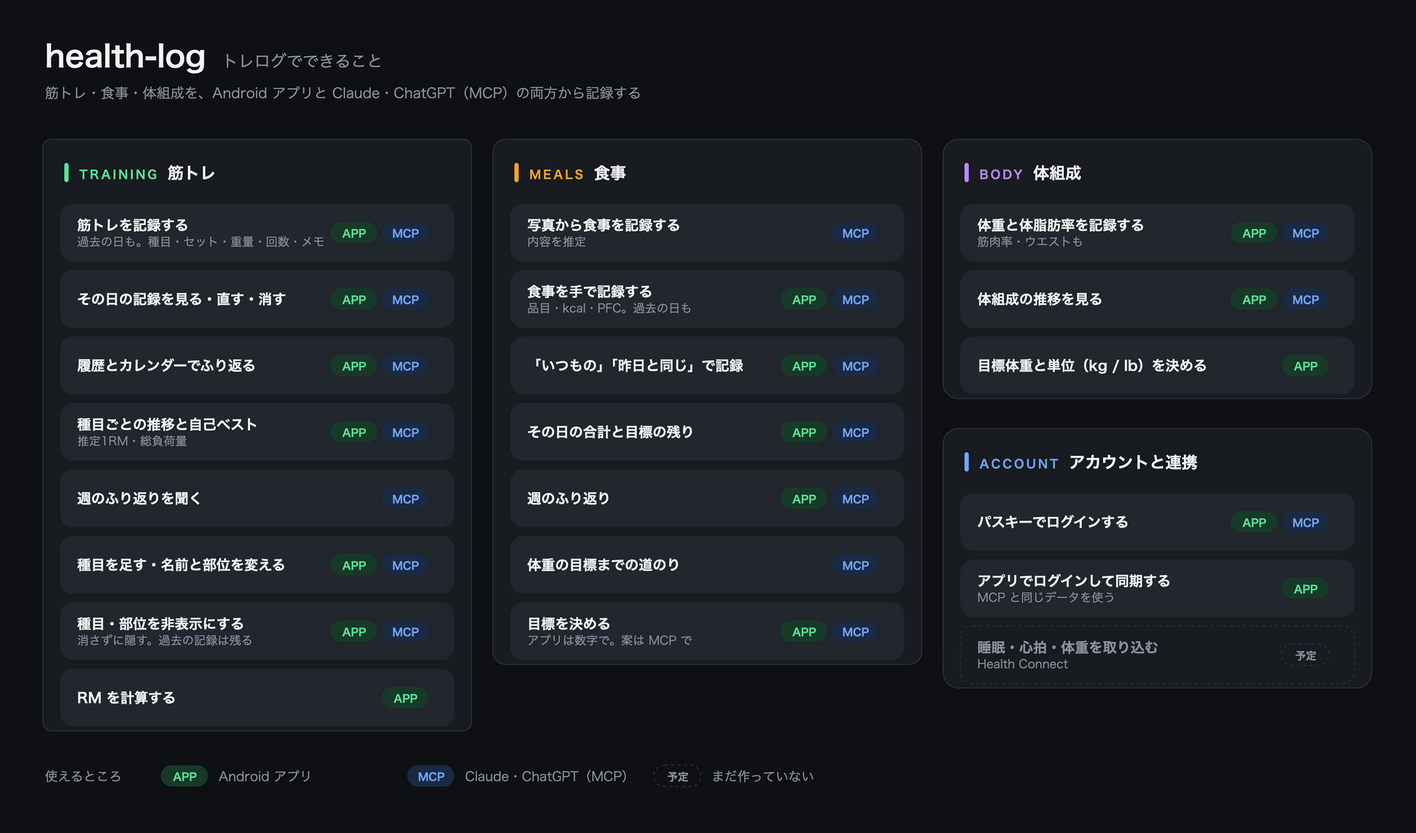
This is docs/diagrams/usecase.drawio.png from ykitaza/health-log, a draw.io export, as it was before one commit. Source tidied: cells renumbered, new cells last; positions are measured from the earlier drawing's top-left corner, leaving out a move shared by most shapes.
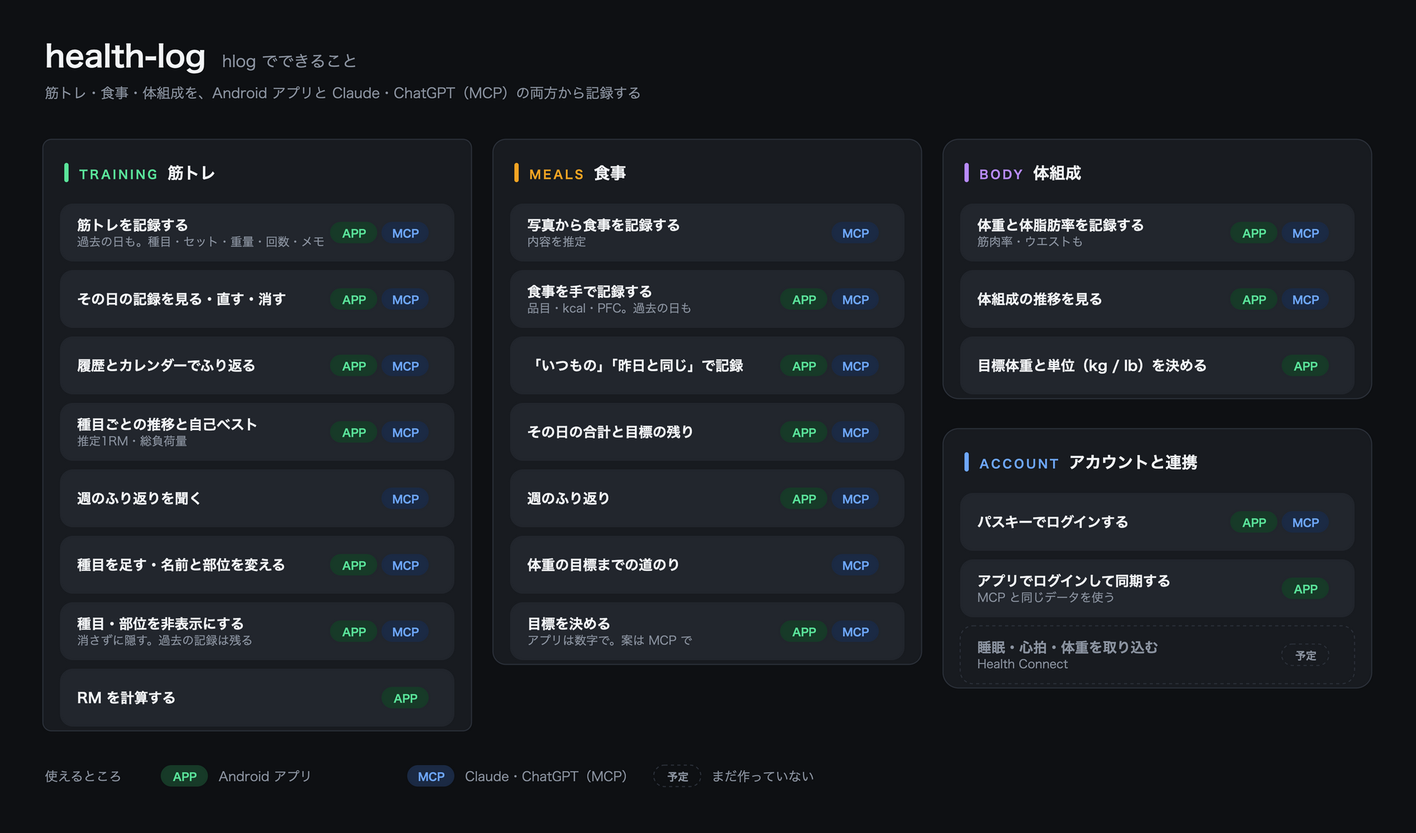
After the change.

Change to the diagram source:
```diff
@@ -5,7 +5,7 @@
     <mxCell id="2" style="rounded=1;arcSize=2;fillColor=#0E1013;strokeColor=none;" parent="1" vertex="1">
       <mxGeometry width="1320" height="776" as="geometry" />
     </mxCell>
-    <mxCell id="3" value="&lt;span style=&quot;font-size:28px;font-weight:700;color:#F3F5F7&quot;&gt;health-log&lt;/span&gt;&lt;span style=&quot;font-size:15px;color:#8C94A1&quot;&gt;　トレログでできること&lt;/span&gt;" style="text;html=1;align=left;verticalAlign=middle;fontFamily=Hiragino Sans;" parent="1" vertex="1">
+    <mxCell id="3" value="&lt;span style=&quot;font-size:28px;font-weight:700;color:#F3F5F7&quot;&gt;health-log&lt;/span&gt;&lt;span style=&quot;font-size:15px;color:#8C94A1&quot;&gt;　hlog でできること&lt;/span&gt;" style="text;html=1;align=left;verticalAlign=middle;fontFamily=Hiragino Sans;" parent="1" vertex="1">
       <mxGeometry x="40" y="30" width="900" height="44" as="geometry" />
     </mxCell>
     <mxCell id="4" value="筋トレ・食事・体組成を、Android アプリと Claude・ChatGPT（MCP）の両方から記録する" style="text;html=1;align=left;fontSize=13;fontColor=#8C94A1;fontFamily=Hiragino Sans;" parent="1" vertex="1">
```
